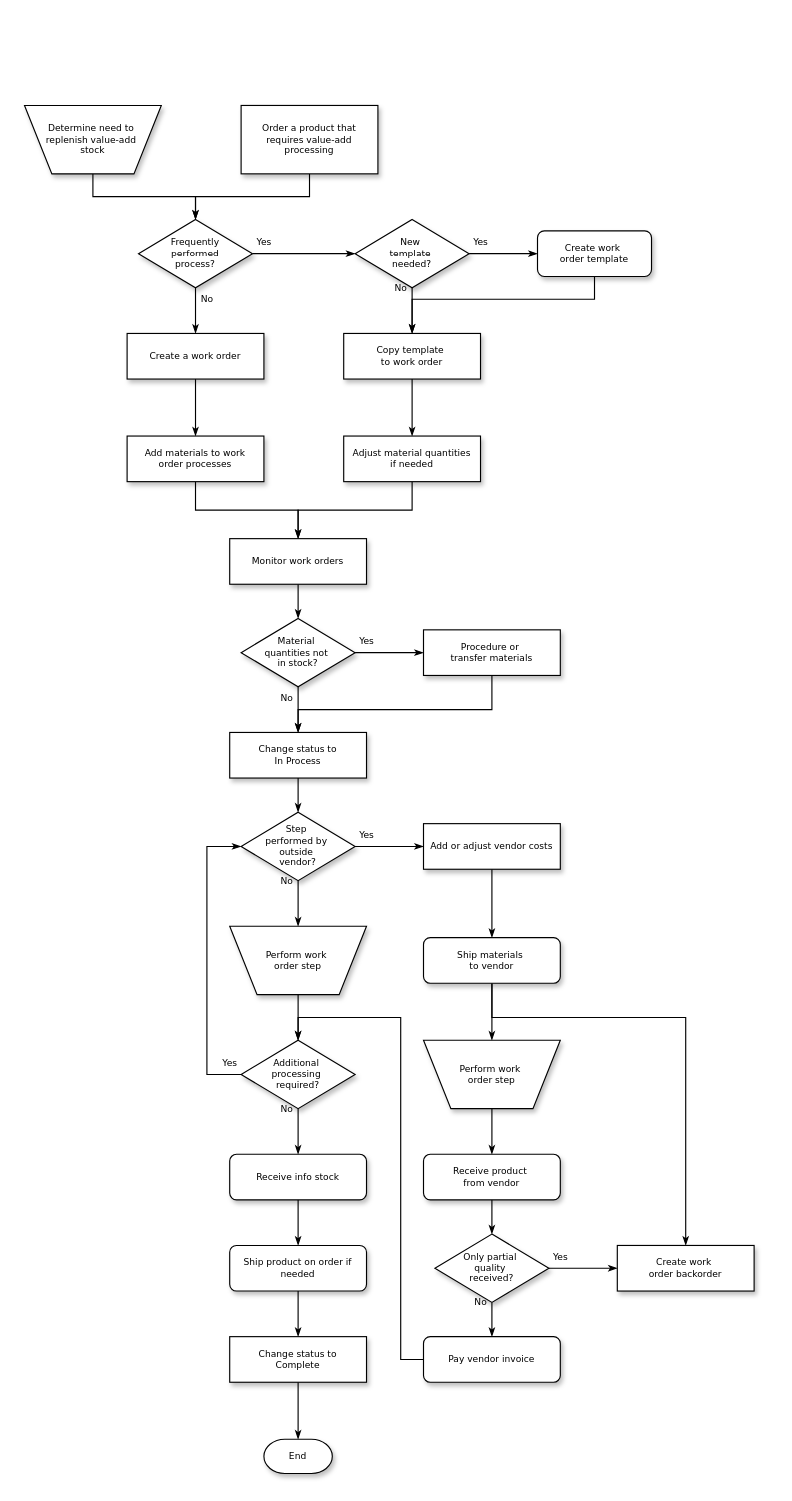
The draw.io diagram 未命名圖表.drawio in colin03564/drawio, before the edit. Source tidied: cells renumbered, new cells numbered last; positions are measured from the earlier drawing's top-left corner, leaving out a move shared by most shapes. Both pictures are drawn from the tidied source at 114%, with x=0, y=0 at pixel (24, 105).
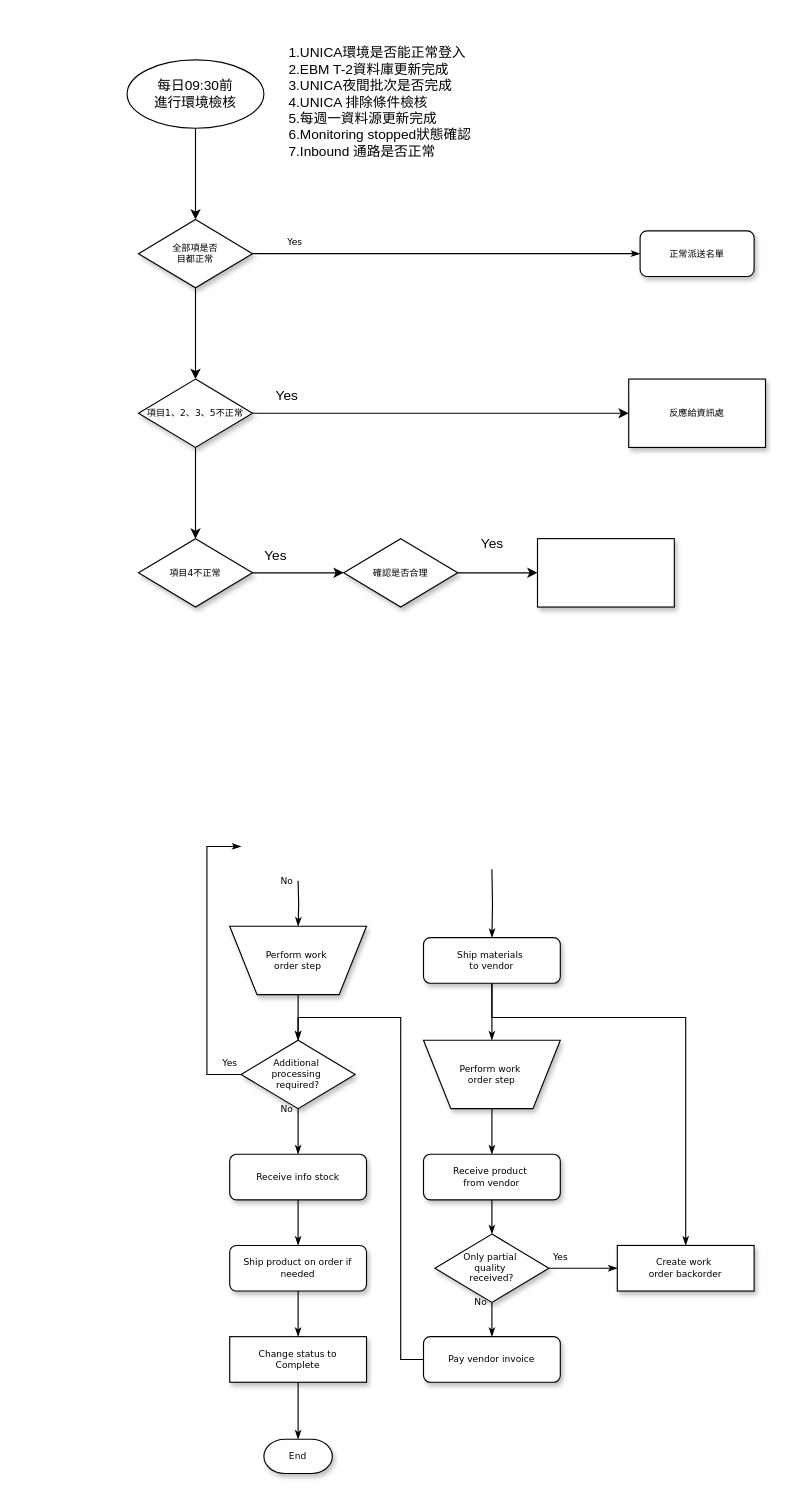
After the change.

Unchanged cells that the change refers to:
```xml
<mxCell id="37" value="Perform work&amp;nbsp;&lt;div&gt;order step&lt;/div&gt;" style="shape=trapezoid;whiteSpace=wrap;html=1;rounded=0;shadow=1;labelBackgroundColor=none;strokeWidth=1;fontFamily=Verdana;fontSize=8;align=center;flipV=1;" parent="1" vertex="1">
  <mxGeometry x="180" y="720" width="120" height="60" as="geometry" />
</mxCell>
<mxCell id="40" value="Ship materials&amp;nbsp;&lt;div&gt;to vendor&lt;/div&gt;" style="rounded=1;whiteSpace=wrap;html=1;shadow=1;labelBackgroundColor=none;strokeWidth=1;fontFamily=Verdana;fontSize=8;align=center;" parent="1" vertex="1">
  <mxGeometry x="350" y="730" width="120" height="40" as="geometry" />
</mxCell>
<mxCell id="43" value="Additional&amp;nbsp;&lt;div&gt;processing&amp;nbsp;&lt;/div&gt;&lt;div&gt;required?&lt;/div&gt;" style="rhombus;whiteSpace=wrap;html=1;rounded=0;shadow=1;labelBackgroundColor=none;strokeWidth=1;fontFamily=Verdana;fontSize=8;align=center;" parent="1" vertex="1">
  <mxGeometry x="190" y="820" width="100" height="60" as="geometry" />
</mxCell>
```

The edit, as a diff of the source:
```diff
@@
-    <mxCell id="2" style="edgeStyle=orthogonalEdgeStyle;rounded=0;html=1;labelBackgroundColor=none;startSize=5;endArrow=classicThin;endFill=1;endSize=5;jettySize=auto;strokeWidth=1;fontFamily=Verdana;fontSize=8;" parent="1" edge="1" source="3" target="8">
-      <mxGeometry relative="1" as="geometry" />
-    </mxCell>
-    <mxCell id="3" value="Determine need to&amp;nbsp;&lt;div&gt;replenish value-add&amp;nbsp;&lt;/div&gt;&lt;div&gt;stock&lt;/div&gt;" style="shape=trapezoid;whiteSpace=wrap;html=1;rounded=0;shadow=1;labelBackgroundColor=none;strokeWidth=1;fontFamily=Verdana;fontSize=8;align=center;flipV=1;" parent="1" vertex="1">
-      <mxGeometry width="120" height="60" as="geometry" />
-    </mxCell>
-    <mxCell id="4" style="edgeStyle=orthogonalEdgeStyle;rounded=0;html=1;labelBackgroundColor=none;startSize=5;endArrow=classicThin;endFill=1;endSize=5;jettySize=auto;strokeWidth=1;fontFamily=Verdana;fontSize=8;" parent="1" edge="1" source="5" target="8">
-      <mxGeometry relative="1" as="geometry" />
-    </mxCell>
-    <mxCell id="5" value="Order a product that&lt;div&gt;requires value-add processing&lt;/div&gt;" style="rounded=0;whiteSpace=wrap;html=1;shadow=1;labelBackgroundColor=none;strokeWidth=1;fontFamily=Verdana;fontSize=8;align=center;" parent="1" vertex="1">
-      <mxGeometry x="190" width="120" height="60" as="geometry" />
-    </mxCell>
-    <mxCell id="6" value="Yes" style="edgeStyle=orthogonalEdgeStyle;rounded=0;html=1;labelBackgroundColor=none;startSize=5;endArrow=classicThin;endFill=1;endSize=5;jettySize=auto;strokeWidth=1;fontFamily=Verdana;fontSize=8;" parent="1" edge="1" source="8" target="11">
+    <mxCell id="6" value="Yes" style="edgeStyle=orthogonalEdgeStyle;rounded=0;html=1;labelBackgroundColor=none;startSize=5;endArrow=classicThin;endFill=1;endSize=5;jettySize=auto;strokeWidth=1;fontFamily=Verdana;fontSize=8;entryX=0;entryY=0.5;entryDx=0;entryDy=0;" parent="1" edge="1" source="8" target="13">
       <mxGeometry x="-0.78" y="10" relative="1" as="geometry" />
     </mxCell>
-    <mxCell id="7" value="No" style="edgeStyle=orthogonalEdgeStyle;rounded=0;html=1;labelBackgroundColor=none;startSize=5;endArrow=classicThin;endFill=1;endSize=5;jettySize=auto;strokeWidth=1;fontFamily=Verdana;fontSize=8;" parent="1" edge="1" source="8" target="15">
-      <mxGeometry x="-0.5" y="10" relative="1" as="geometry" />
-    </mxCell>
+    <mxCell id="61" style="edgeStyle=orthogonalEdgeStyle;rounded=0;jettySize=auto;html=1;fontSize=12;" parent="1" edge="1" source="8" target="67">
+      <mxGeometry relative="1" as="geometry" />
+    </mxCell>
-    <mxCell id="8" value="Frequently&lt;div&gt;performed&lt;/div&gt;&lt;div&gt;process?&lt;/div&gt;" style="rhombus;whiteSpace=wrap;html=1;rounded=0;shadow=1;labelBackgroundColor=none;strokeWidth=1;fontFamily=Verdana;fontSize=8;align=center;" parent="1" vertex="1">
+    <mxCell id="8" value="全部項是否&lt;br&gt;目都正常" style="rhombus;whiteSpace=wrap;html=1;rounded=0;shadow=1;labelBackgroundColor=none;strokeWidth=1;fontFamily=Verdana;fontSize=8;align=center;" parent="1" vertex="1">
       <mxGeometry x="100" y="100" width="100" height="60" as="geometry" />
     </mxCell>
-    <mxCell id="9" value="Yes" style="edgeStyle=orthogonalEdgeStyle;rounded=0;html=1;labelBackgroundColor=none;startSize=5;endArrow=classicThin;endFill=1;endSize=5;jettySize=auto;strokeWidth=1;fontFamily=Verdana;fontSize=8;" parent="1" edge="1" source="11" target="13">
-      <mxGeometry x="-0.67" y="10" relative="1" as="geometry" />
-    </mxCell>
-    <mxCell id="10" value="No" style="edgeStyle=orthogonalEdgeStyle;rounded=0;html=1;labelBackgroundColor=none;startSize=5;endArrow=classicThin;endFill=1;endSize=5;jettySize=auto;strokeWidth=1;fontFamily=Verdana;fontSize=8;" parent="1" edge="1" source="11" target="17">
-      <mxGeometry x="-1" y="-10" relative="1" as="geometry" />
-    </mxCell>
-    <mxCell id="11" value="New&amp;nbsp;&lt;div&gt;template&amp;nbsp;&lt;/div&gt;&lt;div&gt;needed?&lt;/div&gt;" style="rhombus;whiteSpace=wrap;html=1;rounded=0;shadow=1;labelBackgroundColor=none;strokeWidth=1;fontFamily=Verdana;fontSize=8;align=center;" parent="1" vertex="1">
-      <mxGeometry x="290" y="100" width="100" height="60" as="geometry" />
-    </mxCell>
-    <mxCell id="12" style="edgeStyle=orthogonalEdgeStyle;rounded=0;html=1;labelBackgroundColor=none;startSize=5;endArrow=classicThin;endFill=1;endSize=5;jettySize=auto;strokeWidth=1;fontFamily=Verdana;fontSize=8;" parent="1" edge="1" source="13" target="17">
-      <mxGeometry relative="1" as="geometry">
-        <Array as="points">
-          <mxPoint x="500" y="170" />
-          <mxPoint x="340" y="170" />
-        </Array>
-      </mxGeometry>
-    </mxCell>
-    <mxCell id="13" value="Create work&amp;nbsp;&lt;div&gt;order template&lt;/div&gt;" style="rounded=1;whiteSpace=wrap;html=1;shadow=1;labelBackgroundColor=none;strokeWidth=1;fontFamily=Verdana;fontSize=8;align=center;" parent="1" vertex="1">
-      <mxGeometry x="450" y="110" width="100" height="40" as="geometry" />
+    <mxCell id="13" value="正常派送名單" style="rounded=1;whiteSpace=wrap;html=1;shadow=1;labelBackgroundColor=none;strokeWidth=1;fontFamily=Verdana;fontSize=8;align=center;" parent="1" vertex="1">
+      <mxGeometry x="540" y="110" width="100" height="40" as="geometry" />
     </mxCell>
-    <mxCell id="14" style="edgeStyle=orthogonalEdgeStyle;rounded=0;html=1;labelBackgroundColor=none;startSize=5;endArrow=classicThin;endFill=1;endSize=5;jettySize=auto;strokeWidth=1;fontFamily=Verdana;fontSize=8;" parent="1" edge="1" source="15" target="19">
-      <mxGeometry relative="1" as="geometry" />
-    </mxCell>
-    <mxCell id="15" value="Create a work order" style="whiteSpace=wrap;html=1;rounded=0;shadow=1;labelBackgroundColor=none;strokeWidth=1;fontFamily=Verdana;fontSize=8;align=center;" parent="1" vertex="1">
-      <mxGeometry x="90" y="200" width="120" height="40" as="geometry" />
-    </mxCell>
-    <mxCell id="16" style="edgeStyle=orthogonalEdgeStyle;rounded=0;html=1;labelBackgroundColor=none;startSize=5;endArrow=classicThin;endFill=1;endSize=5;jettySize=auto;strokeWidth=1;fontFamily=Verdana;fontSize=8;" parent="1" edge="1" source="17" target="21">
-      <mxGeometry relative="1" as="geometry" />
-    </mxCell>
-    <mxCell id="17" value="Copy template&amp;nbsp;&lt;div&gt;to work order&lt;/div&gt;" style="whiteSpace=wrap;html=1;rounded=0;shadow=1;labelBackgroundColor=none;strokeWidth=1;fontFamily=Verdana;fontSize=8;align=center;" parent="1" vertex="1">
-      <mxGeometry x="280" y="200" width="120" height="40" as="geometry" />
-    </mxCell>
-    <mxCell id="18" style="edgeStyle=orthogonalEdgeStyle;rounded=0;html=1;labelBackgroundColor=none;startSize=5;endArrow=classicThin;endFill=1;endSize=5;jettySize=auto;strokeWidth=1;fontFamily=Verdana;fontSize=8;" parent="1" edge="1" source="19" target="23">
-      <mxGeometry relative="1" as="geometry" />
-    </mxCell>
-    <mxCell id="19" value="Add materials to work order processes" style="whiteSpace=wrap;html=1;rounded=0;shadow=1;labelBackgroundColor=none;strokeWidth=1;fontFamily=Verdana;fontSize=8;align=center;spacing=6;" parent="1" vertex="1">
-      <mxGeometry x="90" y="290" width="120" height="40" as="geometry" />
-    </mxCell>
-    <mxCell id="20" style="edgeStyle=orthogonalEdgeStyle;rounded=0;html=1;labelBackgroundColor=none;startSize=5;endArrow=classicThin;endFill=1;endSize=5;jettySize=auto;strokeWidth=1;fontFamily=Verdana;fontSize=8;" parent="1" edge="1" source="21" target="23">
-      <mxGeometry relative="1" as="geometry" />
-    </mxCell>
-    <mxCell id="21" value="Adjust material quantities if needed" style="whiteSpace=wrap;html=1;rounded=0;shadow=1;labelBackgroundColor=none;strokeWidth=1;fontFamily=Verdana;fontSize=8;align=center;spacing=6;" parent="1" vertex="1">
-      <mxGeometry x="280" y="290" width="120" height="40" as="geometry" />
-    </mxCell>
-    <mxCell id="22" style="edgeStyle=orthogonalEdgeStyle;rounded=0;html=1;labelBackgroundColor=none;startSize=5;endArrow=classicThin;endFill=1;endSize=5;jettySize=auto;strokeWidth=1;fontFamily=Verdana;fontSize=8;" parent="1" edge="1" source="23" target="26">
-      <mxGeometry relative="1" as="geometry" />
-    </mxCell>
-    <mxCell id="23" value="Monitor work orders" style="whiteSpace=wrap;html=1;rounded=0;shadow=1;labelBackgroundColor=none;strokeWidth=1;fontFamily=Verdana;fontSize=8;align=center;" parent="1" vertex="1">
-      <mxGeometry x="180" y="380" width="120" height="40" as="geometry" />
-    </mxCell>
-    <mxCell id="24" value="Yes" style="edgeStyle=orthogonalEdgeStyle;rounded=0;html=1;labelBackgroundColor=none;startSize=5;endArrow=classicThin;endFill=1;endSize=5;jettySize=auto;strokeWidth=1;fontFamily=Verdana;fontSize=8;" parent="1" edge="1" source="26" target="28">
-      <mxGeometry x="-0.67" y="10" relative="1" as="geometry" />
-    </mxCell>
-    <mxCell id="25" value="No" style="edgeStyle=orthogonalEdgeStyle;rounded=0;html=1;labelBackgroundColor=none;startSize=5;endArrow=classicThin;endFill=1;endSize=5;jettySize=auto;strokeWidth=1;fontFamily=Verdana;fontSize=8;" parent="1" edge="1" source="26" target="30">
-      <mxGeometry x="-0.5" y="-10" relative="1" as="geometry" />
-    </mxCell>
-    <mxCell id="26" value="Material&amp;nbsp;&lt;div&gt;quantities not&amp;nbsp;&lt;/div&gt;&lt;div&gt;in stock?&lt;/div&gt;" style="rhombus;whiteSpace=wrap;html=1;rounded=0;shadow=1;labelBackgroundColor=none;strokeWidth=1;fontFamily=Verdana;fontSize=8;align=center;" parent="1" vertex="1">
-      <mxGeometry x="190" y="450" width="100" height="60" as="geometry" />
-    </mxCell>
-    <mxCell id="27" style="edgeStyle=orthogonalEdgeStyle;rounded=0;html=1;labelBackgroundColor=none;startSize=5;endArrow=classicThin;endFill=1;endSize=5;jettySize=auto;strokeWidth=1;fontFamily=Verdana;fontSize=8;" parent="1" edge="1" source="28" target="30">
-      <mxGeometry relative="1" as="geometry">
-        <Array as="points">
-          <mxPoint x="410" y="530" />
-          <mxPoint x="240" y="530" />
-        </Array>
-      </mxGeometry>
-    </mxCell>
-    <mxCell id="28" value="Procedure or&amp;nbsp;&lt;div&gt;transfer materials&lt;/div&gt;" style="whiteSpace=wrap;html=1;rounded=0;shadow=1;labelBackgroundColor=none;strokeWidth=1;fontFamily=Verdana;fontSize=8;align=center;" parent="1" vertex="1">
-      <mxGeometry x="350" y="460" width="120" height="40" as="geometry" />
-    </mxCell>
-    <mxCell id="29" style="edgeStyle=orthogonalEdgeStyle;rounded=0;html=1;labelBackgroundColor=none;startSize=5;endArrow=classicThin;endFill=1;endSize=5;jettySize=auto;strokeWidth=1;fontFamily=Verdana;fontSize=8;" parent="1" edge="1" source="30" target="33">
-      <mxGeometry relative="1" as="geometry" />
-    </mxCell>
-    <mxCell id="30" value="Change status to&lt;div&gt;In Process&lt;/div&gt;" style="whiteSpace=wrap;html=1;rounded=0;shadow=1;labelBackgroundColor=none;strokeWidth=1;fontFamily=Verdana;fontSize=8;align=center;" parent="1" vertex="1">
-      <mxGeometry x="180" y="550" width="120" height="40" as="geometry" />
-    </mxCell>
-    <mxCell id="31" value="Yes" style="edgeStyle=orthogonalEdgeStyle;rounded=0;html=1;labelBackgroundColor=none;startSize=5;endArrow=classicThin;endFill=1;endSize=5;jettySize=auto;strokeWidth=1;fontFamily=Verdana;fontSize=8;" parent="1" edge="1" source="33" target="35">
-      <mxGeometry x="-0.67" y="10" relative="1" as="geometry" />
-    </mxCell>
-    <mxCell id="32" value="No" style="edgeStyle=orthogonalEdgeStyle;rounded=0;html=1;labelBackgroundColor=none;startSize=5;endArrow=classicThin;endFill=1;endSize=5;jettySize=auto;strokeWidth=1;fontFamily=Verdana;fontSize=8;" parent="1" edge="1" source="33" target="37">
-      <mxGeometry x="-1" y="-10" relative="1" as="geometry" />
+    <mxCell id="32" value="No" style="edgeStyle=orthogonalEdgeStyle;rounded=0;html=1;labelBackgroundColor=none;startSize=5;endArrow=classicThin;endFill=1;endSize=5;jettySize=auto;strokeWidth=1;fontFamily=Verdana;fontSize=8;" parent="1" edge="1" target="37">
+      <mxGeometry x="-1" y="-10" relative="1" as="geometry">
+        <mxPoint x="240" y="680" as="sourcePoint" />
+      </mxGeometry>
     </mxCell>
-    <mxCell id="33" value="Step&amp;nbsp;&lt;div&gt;performed by&amp;nbsp;&lt;/div&gt;&lt;div&gt;outside&amp;nbsp;&lt;/div&gt;&lt;div&gt;vendor?&lt;/div&gt;" style="rhombus;whiteSpace=wrap;html=1;rounded=0;shadow=1;labelBackgroundColor=none;strokeWidth=1;fontFamily=Verdana;fontSize=8;align=center;" parent="1" vertex="1">
-      <mxGeometry x="190" y="620" width="100" height="60" as="geometry" />
-    </mxCell>
-    <mxCell id="34" style="edgeStyle=orthogonalEdgeStyle;rounded=0;html=1;labelBackgroundColor=none;startSize=5;endArrow=classicThin;endFill=1;endSize=5;jettySize=auto;strokeWidth=1;fontFamily=Verdana;fontSize=8;" parent="1" edge="1" source="35" target="40">
-      <mxGeometry relative="1" as="geometry" />
+    <mxCell id="34" style="edgeStyle=orthogonalEdgeStyle;rounded=0;html=1;labelBackgroundColor=none;startSize=5;endArrow=classicThin;endFill=1;endSize=5;jettySize=auto;strokeWidth=1;fontFamily=Verdana;fontSize=8;" parent="1" edge="1" target="40">
+      <mxGeometry relative="1" as="geometry">
+        <mxPoint x="410" y="670" as="sourcePoint" />
+      </mxGeometry>
     </mxCell>
-    <mxCell id="35" value="Add or adjust vendor costs" style="whiteSpace=wrap;html=1;rounded=0;shadow=1;labelBackgroundColor=none;strokeWidth=1;fontFamily=Verdana;fontSize=8;align=center;" parent="1" vertex="1">
-      <mxGeometry x="350" y="630" width="120" height="40" as="geometry" />
-    </mxCell>
@@
-    <mxCell id="41" value="Yes" style="edgeStyle=orthogonalEdgeStyle;rounded=0;html=1;labelBackgroundColor=none;startSize=5;endArrow=classicThin;endFill=1;endSize=5;jettySize=auto;strokeWidth=1;fontFamily=Verdana;fontSize=8;" parent="1" edge="1" source="43" target="33">
+    <mxCell id="41" value="Yes" style="edgeStyle=orthogonalEdgeStyle;rounded=0;html=1;labelBackgroundColor=none;startSize=5;endArrow=classicThin;endFill=1;endSize=5;jettySize=auto;strokeWidth=1;fontFamily=Verdana;fontSize=8;" parent="1" edge="1" source="43">
       <mxGeometry x="-0.69" y="-20" relative="1" as="geometry">
+        <mxPoint x="190" y="650" as="targetPoint" />
         <Array as="points">
           <mxPoint x="160" y="850" />
           <mxPoint x="160" y="650" />
         </Array>
       </mxGeometry>
     </mxCell>
@@
+    <mxCell id="62" style="edgeStyle=orthogonalEdgeStyle;rounded=0;jettySize=auto;html=1;entryX=0.5;entryY=0;entryDx=0;entryDy=0;" parent="1" edge="1" source="63" target="8">
+      <mxGeometry relative="1" as="geometry" />
+    </mxCell>
+    <mxCell id="63" value="每日09:30前&lt;br&gt;進行環境檢核" style="ellipse;whiteSpace=wrap;html=1;" parent="1" vertex="1">
+      <mxGeometry x="90" y="-40" width="120" height="60" as="geometry" />
+    </mxCell>
+    <mxCell id="64" value="&lt;div&gt;&lt;font style=&quot;font-size: 12px;&quot;&gt;&lt;br&gt;&lt;/font&gt;&lt;/div&gt;&lt;div&gt;&lt;font style=&quot;font-size: 12px;&quot;&gt;1.UNICA環境是否能正常登入&lt;/font&gt;&lt;/div&gt;&lt;div&gt;&lt;font style=&quot;font-size: 12px;&quot;&gt;2.EBM T-2資料庫更新完成&lt;/font&gt;&lt;/div&gt;&lt;div&gt;&lt;font style=&quot;font-size: 12px;&quot;&gt;3.UNICA夜間批次是否完成&lt;/font&gt;&lt;/div&gt;&lt;div&gt;&lt;font style=&quot;font-size: 12px;&quot;&gt;4.UNICA 排除條件檢核&lt;/font&gt;&lt;/div&gt;&lt;div&gt;&lt;font style=&quot;font-size: 12px;&quot;&gt;5.每週一資料源更新完成&lt;/font&gt;&lt;/div&gt;&lt;div&gt;&lt;font style=&quot;font-size: 12px;&quot;&gt;6.Monitoring stopped狀態確認&lt;/font&gt;&lt;/div&gt;&lt;div&gt;&lt;font style=&quot;font-size: 12px;&quot;&gt;7.Inbound 通路是否正常&lt;/font&gt;&lt;/div&gt;" style="text;html=1;align=left;verticalAlign=middle;fillColor=none;strokeColor=none;rounded=0;strokeWidth=12;" parent="1" vertex="1">
+      <mxGeometry x="230" y="-75" width="180" height="130" as="geometry" />
+    </mxCell>
+    <mxCell id="65" style="edgeStyle=orthogonalEdgeStyle;rounded=0;jettySize=auto;html=1;fontSize=12;" parent="1" edge="1" source="67" target="68">
+      <mxGeometry relative="1" as="geometry" />
+    </mxCell>
+    <mxCell id="66" style="edgeStyle=orthogonalEdgeStyle;rounded=0;jettySize=auto;html=1;fontSize=12;" parent="1" edge="1" source="67" target="71">
+      <mxGeometry relative="1" as="geometry" />
+    </mxCell>
+    <mxCell id="67" value="項目1、2、3、5不正常" style="rhombus;whiteSpace=wrap;html=1;rounded=0;shadow=1;labelBackgroundColor=none;strokeWidth=1;fontFamily=Verdana;fontSize=8;align=center;" parent="1" vertex="1">
+      <mxGeometry x="100" y="240" width="100" height="60" as="geometry" />
+    </mxCell>
+    <mxCell id="68" value="反應給資訊處" style="whiteSpace=wrap;html=1;fontSize=8;fontFamily=Verdana;rounded=0;shadow=1;labelBackgroundColor=none;strokeWidth=1;" parent="1" vertex="1">
+      <mxGeometry x="530" y="240" width="120" height="60" as="geometry" />
+    </mxCell>
+    <mxCell id="69" value="Yes" style="text;html=1;align=center;verticalAlign=middle;fillColor=none;strokeColor=none;rounded=0;fontSize=12;" parent="1" vertex="1">
+      <mxGeometry x="210" y="240" width="40" height="30" as="geometry" />
+    </mxCell>
+    <mxCell id="70" style="edgeStyle=orthogonalEdgeStyle;rounded=0;jettySize=auto;html=1;fontSize=12;" parent="1" edge="1" source="71" target="73">
+      <mxGeometry relative="1" as="geometry" />
+    </mxCell>
+    <mxCell id="71" value="項目4不正常" style="rhombus;whiteSpace=wrap;html=1;rounded=0;shadow=1;labelBackgroundColor=none;strokeWidth=1;fontFamily=Verdana;fontSize=8;align=center;" parent="1" vertex="1">
+      <mxGeometry x="100" y="380" width="100" height="60" as="geometry" />
+    </mxCell>
+    <mxCell id="72" style="edgeStyle=orthogonalEdgeStyle;rounded=0;jettySize=auto;html=1;fontSize=12;" parent="1" edge="1" source="73" target="75">
+      <mxGeometry relative="1" as="geometry" />
+    </mxCell>
+    <mxCell id="73" value="確認是否合理" style="rhombus;whiteSpace=wrap;html=1;rounded=0;shadow=1;labelBackgroundColor=none;strokeWidth=1;fontFamily=Verdana;fontSize=8;align=center;" parent="1" vertex="1">
+      <mxGeometry x="280" y="380" width="100" height="60" as="geometry" />
+    </mxCell>
+    <mxCell id="74" value="Yes" style="text;html=1;align=center;verticalAlign=middle;fillColor=none;strokeColor=none;rounded=0;fontSize=12;" parent="1" vertex="1">
+      <mxGeometry x="200" y="380" width="40" height="30" as="geometry" />
+    </mxCell>
+    <mxCell id="75" style="whiteSpace=wrap;html=1;fontSize=8;fontFamily=Verdana;rounded=0;shadow=1;labelBackgroundColor=none;strokeWidth=1;" parent="1" vertex="1">
+      <mxGeometry x="450" y="380" width="120" height="60" as="geometry" />
+    </mxCell>
+    <mxCell id="76" value="Yes" style="text;html=1;align=center;verticalAlign=middle;fillColor=none;strokeColor=none;rounded=0;fontSize=12;" parent="1" vertex="1">
+      <mxGeometry x="390" y="370" width="40" height="30" as="geometry" />
+    </mxCell>
```
